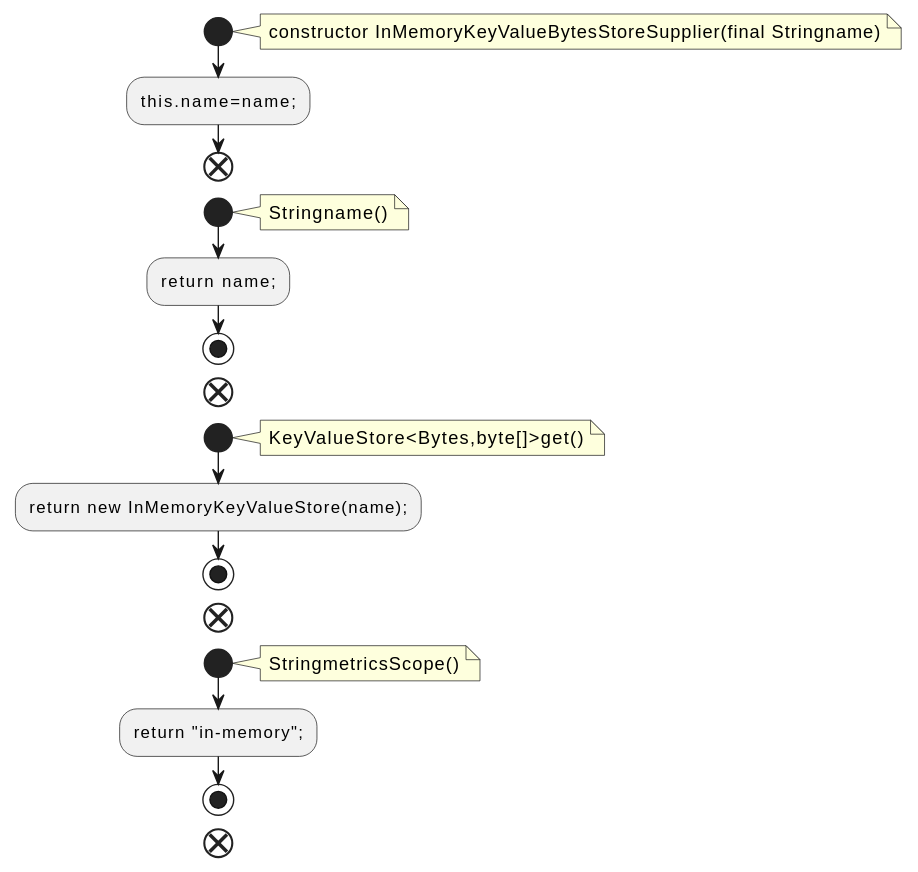
qualitesys/kafka keeps this PlantUML diagram as docs/qc/streams/src/main/java/org/apache/kafka/streams/state/internals/InMemoryKeyValueBytesStoreSupplier.java.fct.svg. Above is the earlier version.
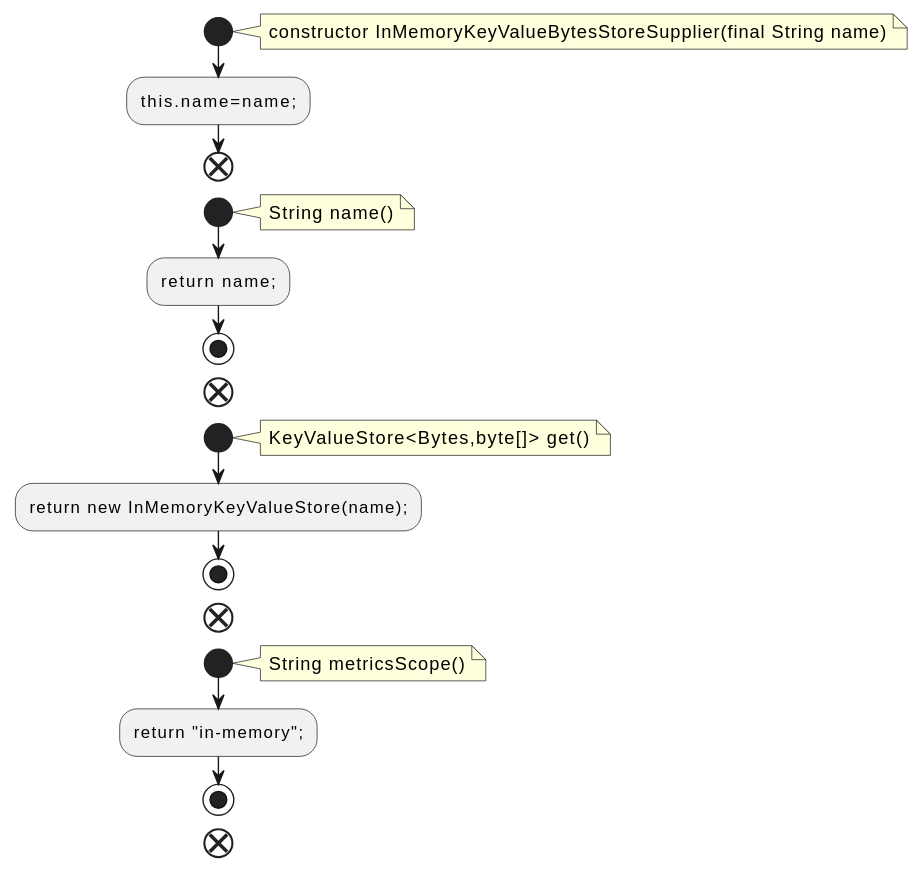
After the commit.

The edit, as a diff of the source:
```diff
@@ -2,27 +2,27 @@
 !pragma layout smetana
 start
 note right
-constructor InMemoryKeyValueBytesStoreSupplier(final Stringname)
+constructor InMemoryKeyValueBytesStoreSupplier(final String name)
 end note
 :this.name=name;;
 end
 start
 note right
-Stringname()
+String name()
 end note
 :return name;;
 stop
 end
 start
 note right
-KeyValueStore<Bytes,byte[]>get()
+KeyValueStore<Bytes,byte[]> get()
 end note
 :return new InMemoryKeyValueStore(name);;
 stop
 end
 start
 note right
-StringmetricsScope()
+String metricsScope()
 end note
 :return "in-memory";;
 stop
```
